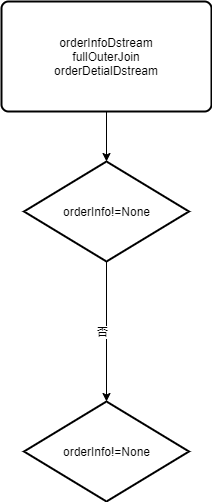
Above: 双流join流程图.png in dyzcs/mall-2020 (draw.io), before the change. Source tidied: cells renumbered, new cells last; positions are measured from the earlier drawing's top-left corner, leaving out a move shared by most shapes.
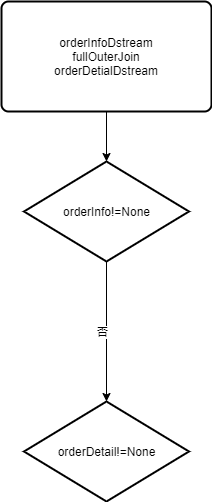
Above is the later version.

Commit message:
更新双流join流程图.png

Diff of the diagram source:
```diff
@@ -19,7 +19,7 @@
     <mxCell id="6" value="orderInfo!=None" style="strokeWidth=2;html=1;shape=mxgraph.flowchart.decision;whiteSpace=wrap;" parent="1" vertex="1">
       <mxGeometry x="22.5" y="160" width="165" height="100" as="geometry" />
     </mxCell>
-    <mxCell id="7" value="orderInfo!=None" style="strokeWidth=2;html=1;shape=mxgraph.flowchart.decision;whiteSpace=wrap;" parent="1" vertex="1">
+    <mxCell id="7" value="orderDetail!=None" style="strokeWidth=2;html=1;shape=mxgraph.flowchart.decision;whiteSpace=wrap;" parent="1" vertex="1">
       <mxGeometry x="22.5" y="400" width="165" height="100" as="geometry" />
     </mxCell>
   </root>
```
